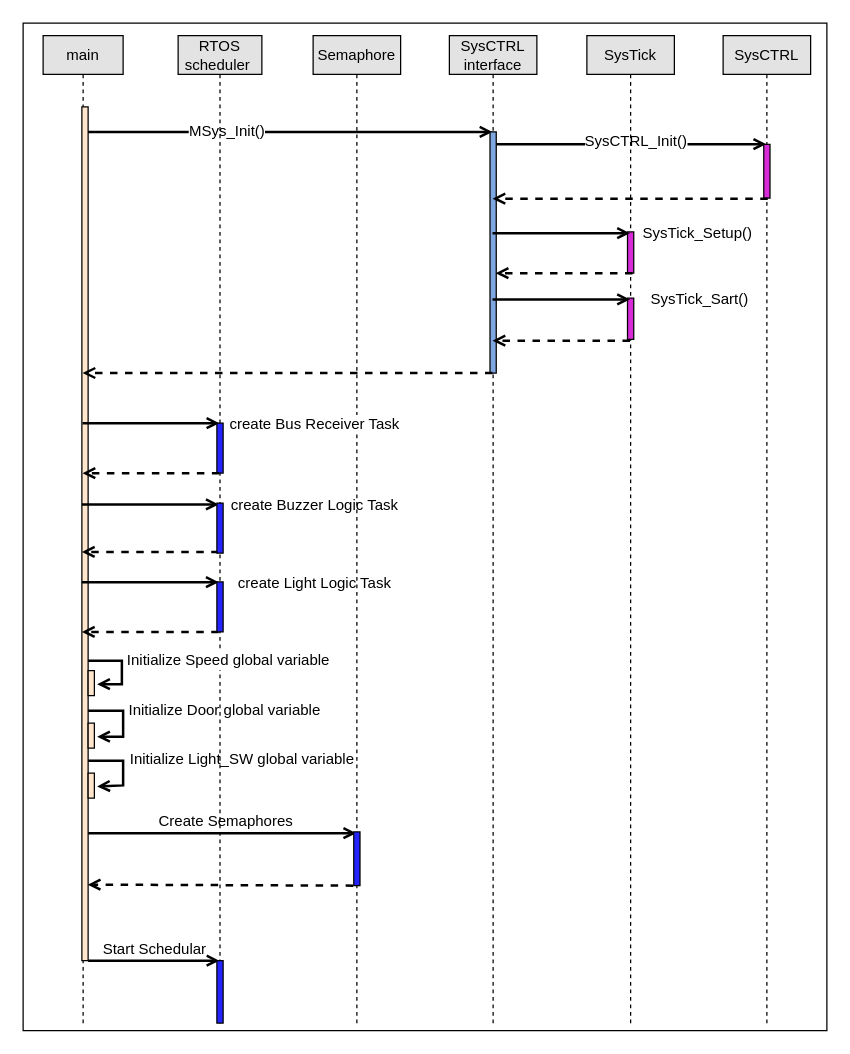
This is page "ECU 2 Main function" (8 of 12) of 2-Automotive_Door_Monitor_Dynamic_Deesign-Page.drawio from Mohamed-abdullah-hassan/EG-FWD_Automotive_door_control, a draw.io file, before an edit. Source tidied: cells renumbered, new cells numbered last; positions are measured from the earlier drawing's top-left corner, leaving out a move shared by most shapes. Both pictures are drawn from the tidied source at 125%, with x=0, y=0 at pixel (22, 22).
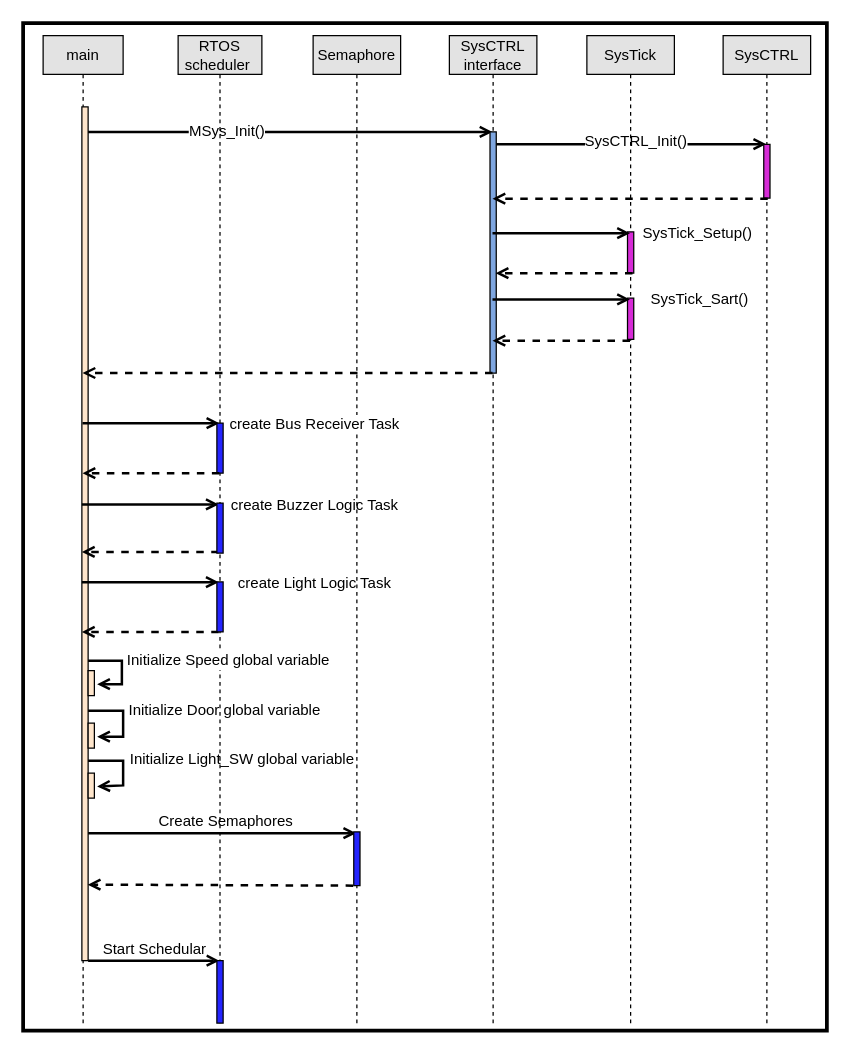
Above is the later version.

Change to the diagram source:
```diff
@@
-    <mxCell id="2" style="rounded=0;whiteSpace=wrap;html=1;" parent="1" vertex="1">
+    <mxCell id="2" style="rounded=0;whiteSpace=wrap;html=1;strokeWidth=3;" parent="1" vertex="1">
       <mxGeometry width="643" height="806" as="geometry" />
     </mxCell>
```
